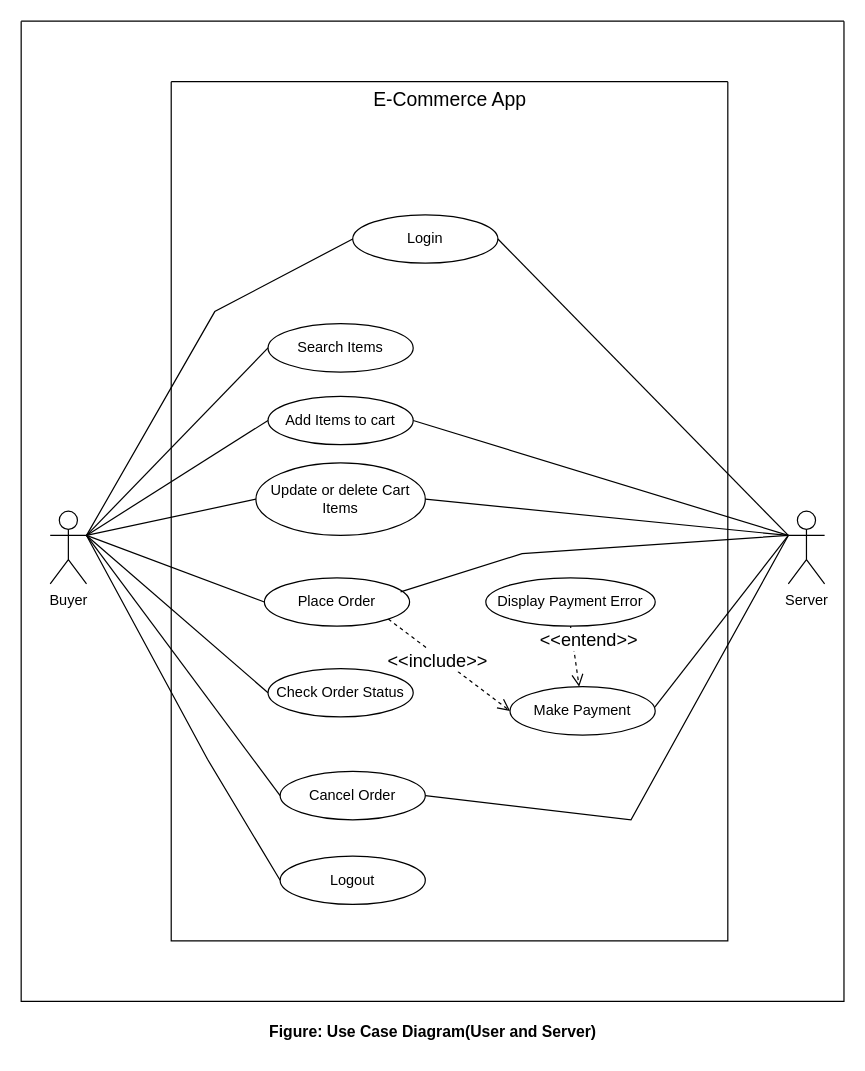
Before: diagram/Use Case Diagram.drawio in Dhiraj275/ecommerce-srs, a draw.io diagram. Source tidied: cells renumbered, new cells numbered last; positions are measured from the earlier drawing's top-left corner, leaving out a move shared by most shapes. Both pictures are drawn from the tidied source at 121%, with x=0, y=0 at pixel (21, 21).
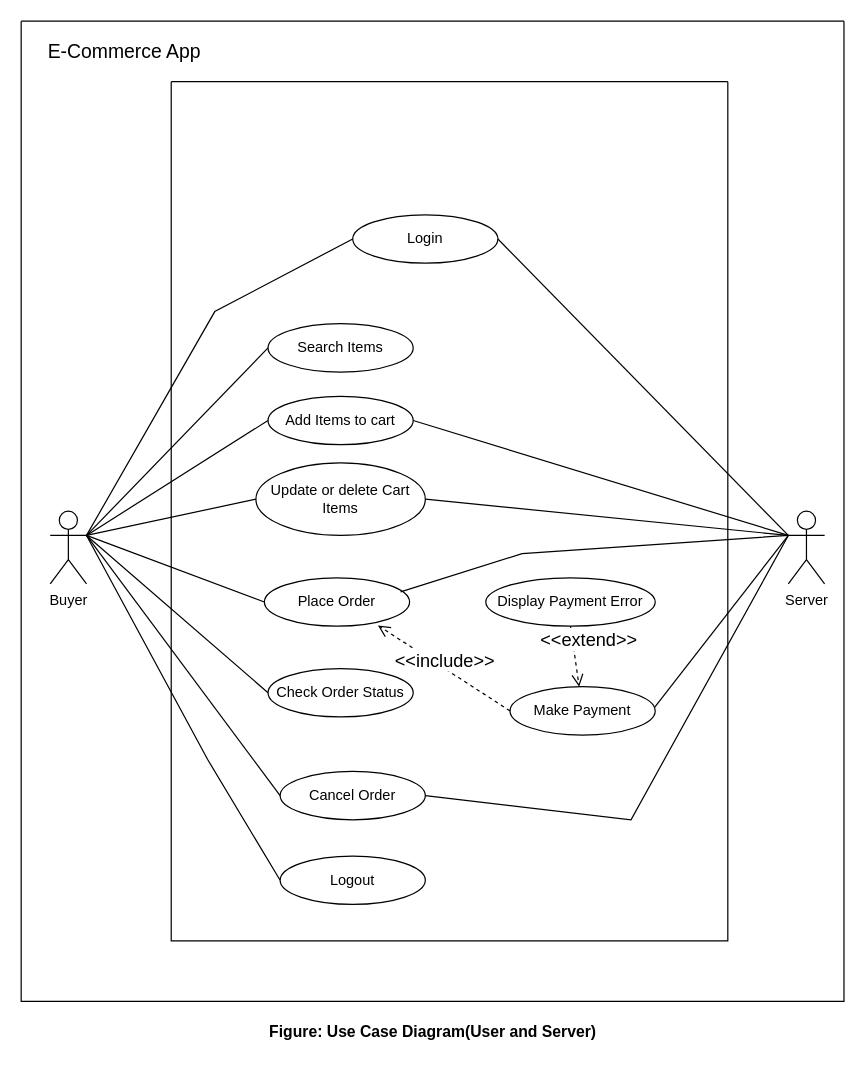
After the change.

Unchanged cells that the change refers to:
```xml
<mxCell id="2" style="swimlane;startSize=0;fontSize=11;" parent="1" vertex="1">
  <mxGeometry width="680" height="810" as="geometry" />
</mxCell>
<mxCell id="3" style="swimlane;startSize=0;" parent="2" vertex="1">
  <mxGeometry x="124" y="50" width="460" height="710" as="geometry" />
</mxCell>
<mxCell id="6" value="Place Order" style="ellipse;whiteSpace=wrap;html=1;" parent="3" vertex="1">
  <mxGeometry x="77" y="410" width="120" height="40" as="geometry" />
</mxCell>
<mxCell id="7" value="Make Payment" style="ellipse;whiteSpace=wrap;html=1;" parent="3" vertex="1">
  <mxGeometry x="280" y="500" width="120" height="40" as="geometry" />
</mxCell>
<mxCell id="15" value="Display Payment Error" style="ellipse;whiteSpace=wrap;html=1;" parent="3" vertex="1">
  <mxGeometry x="260" y="410" width="140" height="40" as="geometry" />
</mxCell>
```

Change to the diagram source:
```diff
@@
-    <mxCell id="13" value="&lt;font style=&quot;font-size: 16px;&quot;&gt;E-Commerce App&lt;/font&gt;" style="text;html=1;align=center;verticalAlign=middle;strokeColor=none;fillColor=none;" parent="3" vertex="1">
-      <mxGeometry x="155" width="150" height="30" as="geometry" />
-    </mxCell>
-    <mxCell id="14" value="&lt;font style=&quot;font-size: 15px;&quot;&gt;&amp;lt;&amp;lt;include&amp;gt;&amp;gt;&lt;/font&gt;" style="html=1;verticalAlign=bottom;endArrow=open;dashed=1;endSize=8;rounded=0;fontSize=16;exitX=1;exitY=1;exitDx=0;exitDy=0;entryX=0;entryY=0.5;entryDx=0;entryDy=0;" parent="3" edge="1" source="6" target="7">
-      <mxGeometry x="-0.04" y="-12" relative="1" as="geometry" />
+    <mxCell id="14" value="&lt;font style=&quot;font-size: 15px;&quot;&gt;&amp;lt;&amp;lt;include&amp;gt;&amp;gt;&lt;/font&gt;" style="html=1;verticalAlign=bottom;endArrow=open;dashed=1;endSize=8;rounded=0;fontSize=16;exitX=0;exitY=0.5;exitDx=0;exitDy=0;entryX=0.782;entryY=0.985;entryDx=0;entryDy=0;entryPerimeter=0;" parent="3" edge="1" source="7" target="6">
+      <mxGeometry x="-0.05" y="4" relative="1" as="geometry" />
     </mxCell>
@@
-    <mxCell id="16" value="&lt;font style=&quot;font-size: 15px;&quot;&gt;&amp;lt;&amp;lt;entend&amp;gt;&amp;gt;&lt;/font&gt;" style="html=1;verticalAlign=bottom;endArrow=open;dashed=1;endSize=8;rounded=0;fontSize=16;exitX=0.5;exitY=1;exitDx=0;exitDy=0;" parent="3" edge="1" source="15" target="7">
+    <mxCell id="16" value="&lt;font style=&quot;font-size: 15px;&quot;&gt;&amp;lt;&amp;lt;extend&amp;gt;&amp;gt;&lt;/font&gt;" style="html=1;verticalAlign=bottom;endArrow=open;dashed=1;endSize=8;rounded=0;fontSize=16;exitX=0.5;exitY=1;exitDx=0;exitDy=0;" parent="3" edge="1" source="15" target="7">
       <mxGeometry y="12" relative="1" as="geometry" />
     </mxCell>
@@
+    <mxCell id="13" value="&lt;font style=&quot;font-size: 16px;&quot;&gt;E-Commerce App&lt;/font&gt;" style="text;html=1;align=center;verticalAlign=middle;strokeColor=none;fillColor=none;" parent="2" vertex="1">
+      <mxGeometry x="10" y="10" width="150" height="30" as="geometry" />
+    </mxCell>
```
